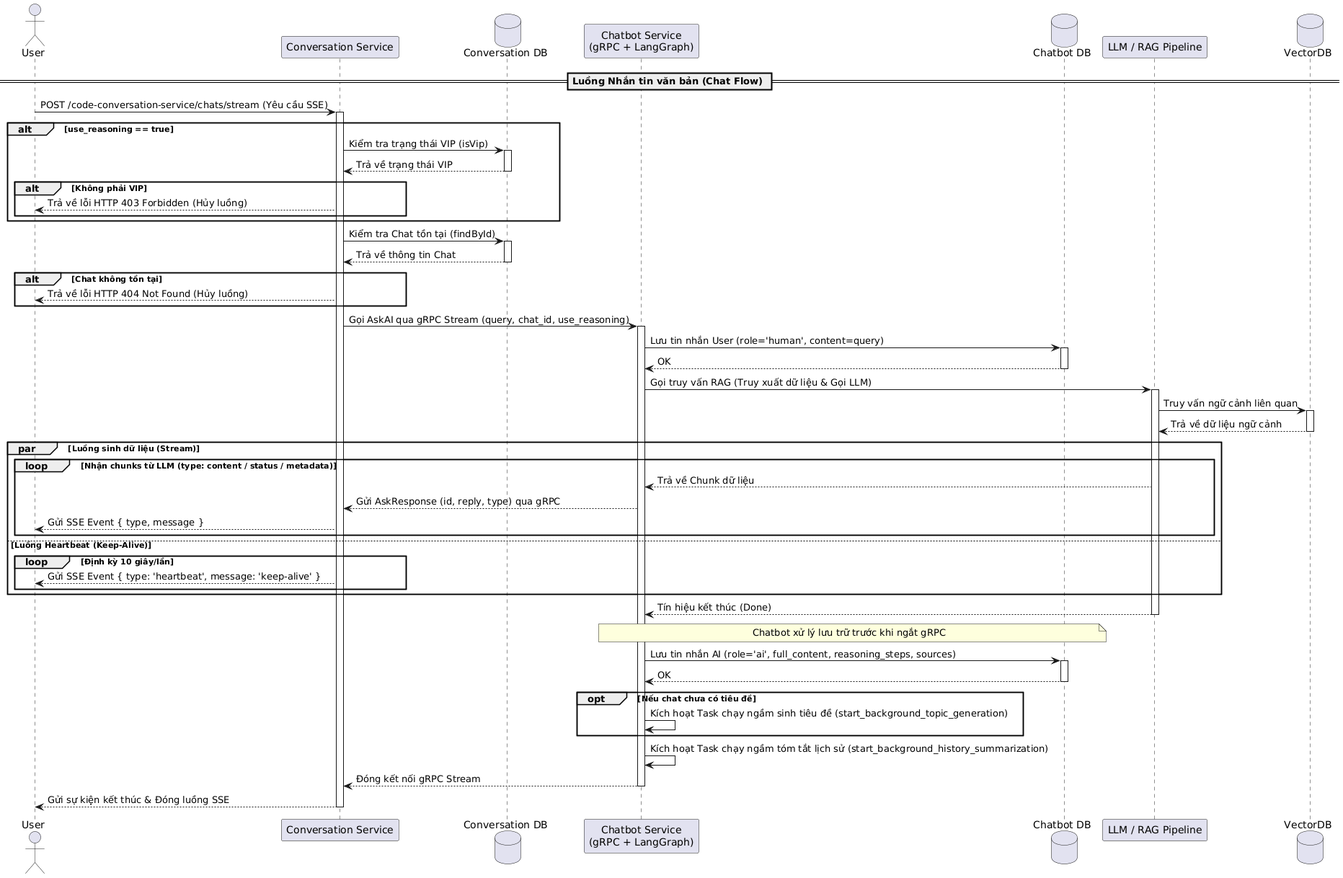
20206205Tech/docs-uml keeps this PlantUML diagram as temp/05-sequence/UML-Sequence-17.png. Above is the earlier version.
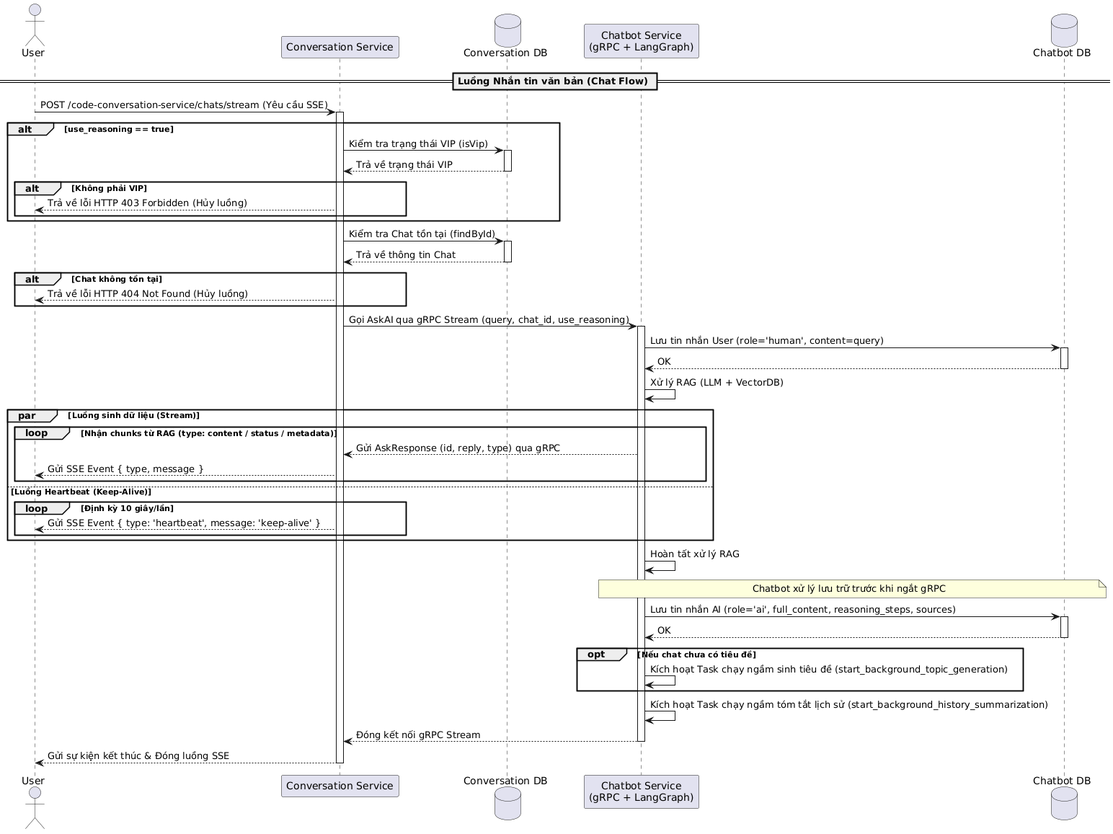
The same file after the commit.

Diff of the diagram source:
```diff
@@ -4,8 +4,6 @@
 database "Conversation DB" as ConvDB
 participant "Chatbot Service\n(gRPC + LangGraph)" as Chatbot
 database "Chatbot DB" as ChatbotDB
-participant "LLM / RAG Pipeline" as LLM
-database "VectorDB" as VectorDB
 
 == Luồng Nhắn tin văn bản (Chat Flow) ==
 User -> ConvService: POST /code-conversation-service/chats/stream (Yêu cầu SSE)
@@ -37,16 +35,10 @@
 ChatbotDB --> Chatbot: OK
 deactivate ChatbotDB
 
-Chatbot -> LLM: Gọi truy vấn RAG (Truy xuất dữ liệu & Gọi LLM)
-activate LLM
-LLM -> VectorDB: Truy vấn ngữ cảnh liên quan
-activate VectorDB
-VectorDB --> LLM: Trả về dữ liệu ngữ cảnh
-deactivate VectorDB
+Chatbot -> Chatbot: Xử lý RAG (LLM + VectorDB)
 
 par Luồng sinh dữ liệu (Stream)
-    loop Nhận chunks từ LLM (type: content / status / metadata)
-        LLM --> Chatbot: Trả về Chunk dữ liệu
+    loop Nhận chunks từ RAG (type: content / status / metadata)
         Chatbot --> ConvService: Gửi AskResponse (id, reply, type) qua gRPC
         ConvService --> User: Gửi SSE Event { type, message }
     end
@@ -56,8 +48,7 @@
     end
 end
 
-LLM --> Chatbot: Tín hiệu kết thúc (Done)
-deactivate LLM
+Chatbot -> Chatbot: Hoàn tất xử lý RAG
 
 note over Chatbot, ChatbotDB: Chatbot xử lý lưu trữ trước khi ngắt gRPC
 Chatbot -> ChatbotDB: Lưu tin nhắn AI (role='ai', full_content, reasoning_steps, sources)
```
